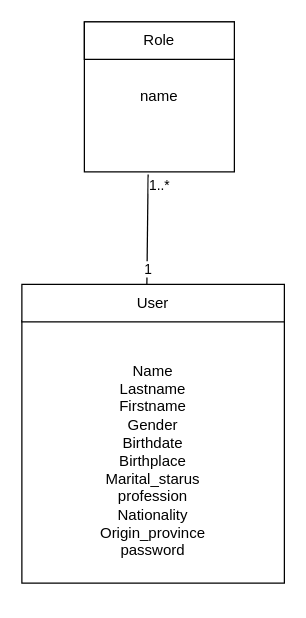
Above: class_diagram.drawio in jordanmosongo/kinidentity-nest-api (draw.io), before the change. Source tidied: cells renumbered, new cells numbered last; positions are measured from the earlier drawing's top-left corner, leaving out a move shared by most shapes. Both pictures are drawn from the tidied source at 125%, with x=0, y=0 at pixel (21, 21).
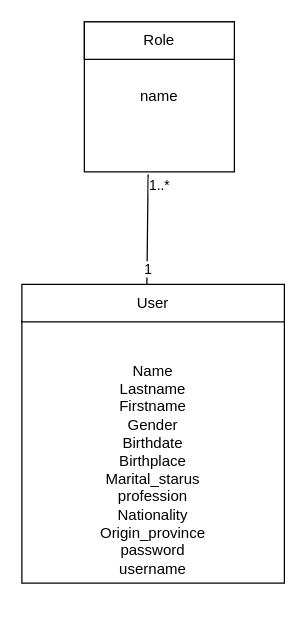
After the change.

What changed in the source:
```diff
@@
 <mxGraphModel>
   <root>
     <mxCell id="0" />
     <mxCell id="1" parent="0" />
-    <mxCell id="2" value="&lt;br&gt;&lt;br&gt;&lt;br&gt;Name&lt;br&gt;Lastname&lt;br&gt;Firstname&lt;br&gt;Gender&lt;br&gt;Birthdate&lt;br&gt;Birthplace&lt;br&gt;Marital_starus&lt;br&gt;profession&lt;br&gt;Nationality&lt;br&gt;Origin_province&lt;br&gt;password&lt;br&gt;&lt;br&gt;&lt;br&gt;" style="whiteSpace=wrap;html=1;" parent="1" vertex="1">
+    <mxCell id="2" value="&lt;br&gt;&lt;br&gt;&lt;br&gt;Name&lt;br&gt;Lastname&lt;br&gt;Firstname&lt;br&gt;Gender&lt;br&gt;Birthdate&lt;br&gt;Birthplace&lt;br&gt;Marital_starus&lt;br&gt;profession&lt;br&gt;Nationality&lt;br&gt;Origin_province&lt;br&gt;password&lt;br&gt;username&lt;br&gt;&lt;br&gt;" style="whiteSpace=wrap;html=1;" parent="1" vertex="1">
       <mxGeometry y="239" width="210" height="210" as="geometry" />
     </mxCell>
     <mxCell id="3" value="User" style="rounded=0;whiteSpace=wrap;html=1;" parent="1" vertex="1">
       <mxGeometry y="210" width="210" height="30" as="geometry" />
     </mxCell>
     <mxCell id="4" style="group;" parent="1" vertex="1">
       <mxGeometry x="50" width="120" height="150" as="geometry" />
     </mxCell>
     <mxCell id="5" value="name" style="whiteSpace=wrap;html=1;" parent="4" vertex="1">
       <mxGeometry width="120" height="120" as="geometry" />
     </mxCell>
     <mxCell id="6" value="Role" style="rounded=0;whiteSpace=wrap;html=1;" parent="4" vertex="1">
       <mxGeometry width="120" height="30" as="geometry" />
     </mxCell>
     <mxCell id="7" style="endArrow=none;html=1;entryX=0.425;entryY=1.017;entryDx=0;entryDy=0;entryPerimeter=0;" parent="1" edge="1" target="5">
       <mxGeometry relative="1" as="geometry">
         <mxPoint x="100" y="210" as="sourcePoint" />
       </mxGeometry>
     </mxCell>
     <mxCell id="8" value="1..*" style="edgeLabel;html=1;align=center;verticalAlign=middle;" parent="7" vertex="1">
       <mxGeometry x="0.57" relative="1" as="geometry">
         <mxPoint x="9" y="-11" as="offset" />
       </mxGeometry>
     </mxCell>
     <mxCell id="9" value="1" style="edgeLabel;html=1;align=center;verticalAlign=middle;" parent="7" vertex="1">
       <mxGeometry x="-0.7" relative="1" as="geometry" />
     </mxCell>
   </root>
 </mxGraphModel>
```
